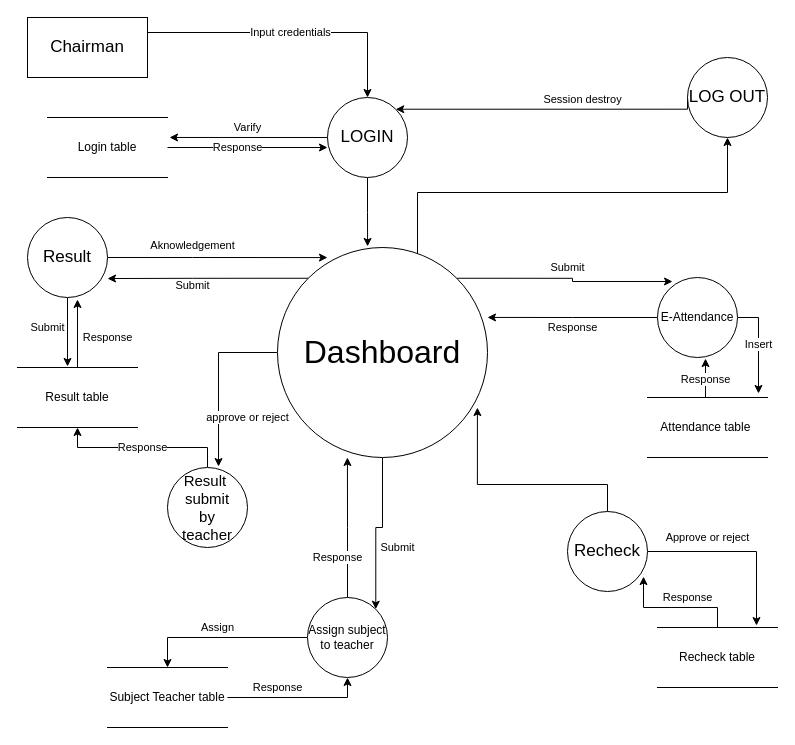
Above: Diagrams/DFD/HOD.drawio in MohsinAliSoomro/CES (draw.io), before the change. Source tidied: cells renumbered, new cells numbered last; positions are measured from the earlier drawing's top-left corner, leaving out a move shared by most shapes. Both pictures are drawn from the tidied source at 100%, with x=0, y=0 at pixel (17, 17).
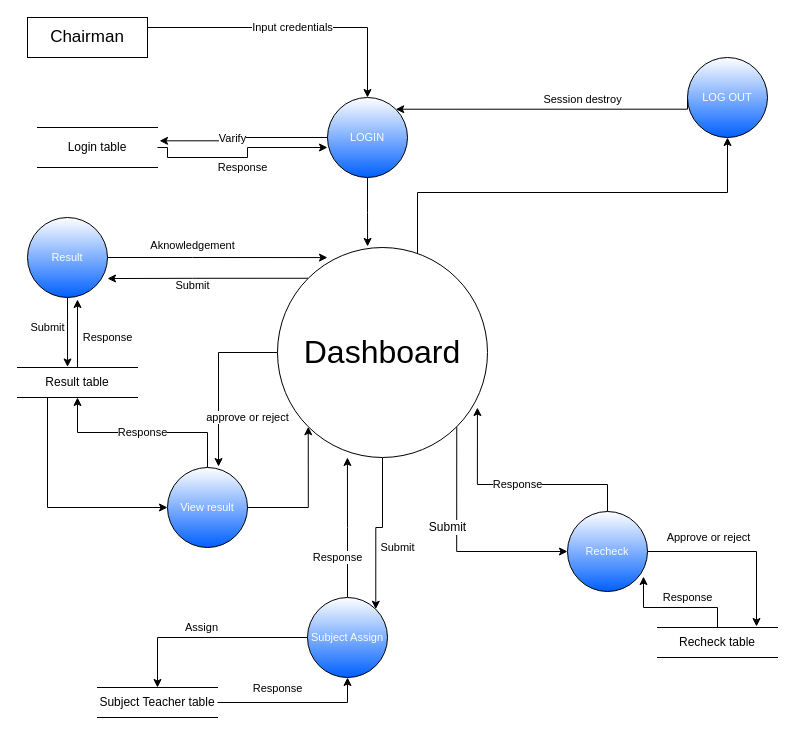
The same page after the edit.

Unchanged cells that the change refers to:
```xml
<mxCell id="12" value="&lt;font style=&quot;font-size: 32px&quot;&gt;Dashboard&lt;/font&gt;" style="ellipse;whiteSpace=wrap;html=1;" parent="1" vertex="1">
  <mxGeometry x="260" y="230" width="210" height="210" as="geometry" />
</mxCell>
```

Change to the diagram source:
```diff
@@
     <mxCell id="3" value="&lt;font style=&quot;font-size: 17px&quot;&gt;Chairman&lt;/font&gt;" style="rounded=0;whiteSpace=wrap;html=1;" parent="1" vertex="1">
-      <mxGeometry x="10" width="120" height="60" as="geometry" />
+      <mxGeometry x="10" width="120" height="40" as="geometry" />
     </mxCell>
@@
-    <mxCell id="6" value="&lt;font style=&quot;font-size: 17px&quot;&gt;LOGIN&lt;/font&gt;" style="ellipse;whiteSpace=wrap;html=1;" parent="1" vertex="1">
+    <mxCell id="6" value="&lt;font style=&quot;font-size: 11px;&quot;&gt;LOGIN&lt;/font&gt;" style="ellipse;whiteSpace=wrap;html=1;fontSize=11;gradientColor=#0060FF;fontColor=#FCFCFC;" parent="1" vertex="1">
       <mxGeometry x="310" y="80" width="80" height="80" as="geometry" />
     </mxCell>
@@
+    <mxCell id="11" value="Submit" style="edgeStyle=orthogonalEdgeStyle;rounded=0;jettySize=auto;html=1;exitX=0.5;exitY=1;exitDx=0;exitDy=0;entryX=1;entryY=0;entryDx=0;entryDy=0;" parent="1" edge="1" source="12" target="34">
+      <mxGeometry x="0.22" y="22" relative="1" as="geometry" />
+    </mxCell>
-    <mxCell id="10" value="Submit" style="edgeStyle=orthogonalEdgeStyle;rounded=0;jettySize=auto;html=1;exitX=1;exitY=0;exitDx=0;exitDy=0;entryX=0.188;entryY=0.05;entryDx=0;entryDy=0;entryPerimeter=0;" parent="1" edge="1" source="12" target="17">
-      <mxGeometry x="0.01" y="11" relative="1" as="geometry" />
+    <mxCell id="10" value="&lt;font color=&quot;#000000&quot; style=&quot;font-size: 12px&quot;&gt;Submit&lt;/font&gt;" style="edgeStyle=orthogonalEdgeStyle;rounded=0;jettySize=auto;html=1;exitX=1;exitY=1;exitDx=0;exitDy=0;entryX=0;entryY=0.5;entryDx=0;entryDy=0;fontSize=11;fontColor=#FCFCFC;" parent="1" edge="1" source="12" target="29">
+      <mxGeometry x="-0.14" y="-9" relative="1" as="geometry">
+        <Array as="points">
+          <mxPoint x="439" y="534" />
+        </Array>
+      </mxGeometry>
     </mxCell>
-    <mxCell id="11" value="Submit" style="edgeStyle=orthogonalEdgeStyle;rounded=0;jettySize=auto;html=1;exitX=0.5;exitY=1;exitDx=0;exitDy=0;entryX=1;entryY=0;entryDx=0;entryDy=0;" parent="1" edge="1" source="12" target="34">
-      <mxGeometry x="0.22" y="22" relative="1" as="geometry" />
-    </mxCell>
@@
-    <mxCell id="14" value="&lt;font style=&quot;font-size: 17px&quot;&gt;LOG OUT&lt;/font&gt;" style="ellipse;whiteSpace=wrap;html=1;" parent="1" vertex="1">
+    <mxCell id="14" value="&lt;font style=&quot;font-size: 11px;&quot;&gt;LOG OUT&lt;/font&gt;" style="ellipse;whiteSpace=wrap;html=1;fontSize=11;gradientColor=#0060FF;fontColor=#FCFCFC;" parent="1" vertex="1">
       <mxGeometry x="670" y="40" width="80" height="80" as="geometry" />
     </mxCell>
-    <mxCell id="15" value="Response" style="edgeStyle=orthogonalEdgeStyle;rounded=0;jettySize=auto;html=1;exitX=0;exitY=0.5;exitDx=0;exitDy=0;entryX=1;entryY=0.333;entryDx=0;entryDy=0;entryPerimeter=0;" parent="1" edge="1" source="17" target="12">
-      <mxGeometry y="10" relative="1" as="geometry" />
-    </mxCell>
-    <mxCell id="16" value="Insert" style="edgeStyle=orthogonalEdgeStyle;rounded=0;jettySize=auto;html=1;exitX=1;exitY=0.5;exitDx=0;exitDy=0;entryX=0.925;entryY=-0.067;entryDx=0;entryDy=0;entryPerimeter=0;" parent="1" edge="1" source="17" target="19">
-      <mxGeometry relative="1" as="geometry" />
-    </mxCell>
-    <mxCell id="17" value="&lt;font style=&quot;font-size: 12px&quot;&gt;E-Attendance&lt;/font&gt;" style="ellipse;whiteSpace=wrap;html=1;" parent="1" vertex="1">
-      <mxGeometry x="640" y="260" width="80" height="80" as="geometry" />
-    </mxCell>
-    <mxCell id="18" value="Response" style="edgeStyle=orthogonalEdgeStyle;rounded=0;jettySize=auto;html=1;exitX=0.5;exitY=0;exitDx=0;exitDy=0;entryX=0.6;entryY=1.013;entryDx=0;entryDy=0;entryPerimeter=0;" parent="1" edge="1" source="19" target="17">
-      <mxGeometry relative="1" as="geometry" />
-    </mxCell>
-    <mxCell id="19" value="Attendance table&amp;nbsp;" style="shape=partialRectangle;whiteSpace=wrap;html=1;left=0;right=0;fillColor=none;" parent="1" vertex="1">
-      <mxGeometry x="630" y="380" width="120" height="60" as="geometry" />
-    </mxCell>
@@
+    <mxCell id="39" style="edgeStyle=orthogonalEdgeStyle;rounded=0;jettySize=auto;html=1;exitX=0.25;exitY=1;exitDx=0;exitDy=0;entryX=0;entryY=0.5;entryDx=0;entryDy=0;fontSize=11;fontColor=#FCFCFC;" parent="1" edge="1" source="21" target="26">
+      <mxGeometry relative="1" as="geometry" />
+    </mxCell>
     <mxCell id="21" value="Result table" style="shape=partialRectangle;whiteSpace=wrap;html=1;left=0;right=0;fillColor=none;" parent="1" vertex="1">
-      <mxGeometry y="350" width="120" height="60" as="geometry" />
+      <mxGeometry y="350" width="120" height="30" as="geometry" />
     </mxCell>
@@
-    <mxCell id="24" value="&lt;font style=&quot;font-size: 17px&quot;&gt;Result&lt;/font&gt;" style="ellipse;whiteSpace=wrap;html=1;" parent="1" vertex="1">
+    <mxCell id="24" value="&lt;font style=&quot;font-size: 11px;&quot;&gt;Result&lt;/font&gt;" style="ellipse;whiteSpace=wrap;html=1;fontSize=11;gradientColor=#0060FF;fontColor=#FCFCFC;" parent="1" vertex="1">
       <mxGeometry x="10" y="200" width="80" height="80" as="geometry" />
     </mxCell>
@@
+    <mxCell id="40" style="edgeStyle=orthogonalEdgeStyle;rounded=0;jettySize=auto;html=1;entryX=0;entryY=1;entryDx=0;entryDy=0;fontSize=11;fontColor=#FCFCFC;" parent="1" edge="1" source="26" target="12">
+      <mxGeometry relative="1" as="geometry" />
+    </mxCell>
-    <mxCell id="26" value="&lt;font style=&quot;font-size: 15px&quot;&gt;Result&amp;nbsp;&lt;br&gt;submit&lt;br&gt;by&lt;br&gt;teacher&lt;/font&gt;" style="ellipse;whiteSpace=wrap;html=1;" parent="1" vertex="1">
+    <mxCell id="26" value="View result" style="ellipse;whiteSpace=wrap;html=1;fontSize=11;gradientColor=#0060FF;fontColor=#FCFCFC;" parent="1" vertex="1">
       <mxGeometry x="150" y="450" width="80" height="80" as="geometry" />
     </mxCell>
-    <mxCell id="27" style="edgeStyle=orthogonalEdgeStyle;rounded=0;jettySize=auto;html=1;exitX=0.5;exitY=0;exitDx=0;exitDy=0;entryX=0.952;entryY=0.762;entryDx=0;entryDy=0;entryPerimeter=0;" parent="1" edge="1" source="29" target="12">
+    <mxCell id="27" value="Response" style="edgeStyle=orthogonalEdgeStyle;rounded=0;jettySize=auto;html=1;exitX=0.5;exitY=0;exitDx=0;exitDy=0;entryX=0.952;entryY=0.762;entryDx=0;entryDy=0;entryPerimeter=0;" parent="1" edge="1" source="29" target="12">
       <mxGeometry relative="1" as="geometry" />
     </mxCell>
@@
-    <mxCell id="29" value="&lt;font style=&quot;font-size: 17px&quot;&gt;Recheck&lt;/font&gt;" style="ellipse;whiteSpace=wrap;html=1;" parent="1" vertex="1">
+    <mxCell id="29" value="&lt;font style=&quot;font-size: 11px;&quot;&gt;Recheck&lt;/font&gt;" style="ellipse;whiteSpace=wrap;html=1;fontSize=11;gradientColor=#0060FF;fontColor=#FCFCFC;" parent="1" vertex="1">
       <mxGeometry x="550" y="494" width="80" height="80" as="geometry" />
     </mxCell>
     <mxCell id="30" value="Response" style="edgeStyle=orthogonalEdgeStyle;rounded=0;jettySize=auto;html=1;exitX=1;exitY=0.5;exitDx=0;exitDy=0;" parent="1" edge="1" source="31">
       <mxGeometry y="-10" relative="1" as="geometry">
         <mxPoint x="310" y="130" as="targetPoint" />
+        <Array as="points">
+          <mxPoint x="150" y="140" />
+          <mxPoint x="230" y="140" />
+          <mxPoint x="230" y="130" />
+        </Array>
       </mxGeometry>
     </mxCell>
     <mxCell id="31" value="Login table" style="shape=partialRectangle;whiteSpace=wrap;html=1;left=0;right=0;fillColor=none;" parent="1" vertex="1">
-      <mxGeometry x="30" y="100" width="120" height="60" as="geometry" />
+      <mxGeometry x="20" y="110" width="120" height="40" as="geometry" />
     </mxCell>
@@
-    <mxCell id="34" value="Assign subject to teacher" style="ellipse;whiteSpace=wrap;html=1;" parent="1" vertex="1">
+    <mxCell id="34" value="Subject Assign" style="ellipse;whiteSpace=wrap;html=1;fontSize=11;gradientColor=#0060FF;fontColor=#FCFCFC;" parent="1" vertex="1">
       <mxGeometry x="290" y="580" width="80" height="80" as="geometry" />
     </mxCell>
@@
     <mxCell id="36" value="Recheck table" style="shape=partialRectangle;whiteSpace=wrap;html=1;left=0;right=0;fillColor=none;" parent="1" vertex="1">
-      <mxGeometry x="640" y="610" width="120" height="60" as="geometry" />
+      <mxGeometry x="640" y="610" width="120" height="30" as="geometry" />
     </mxCell>
@@
     <mxCell id="38" value="Subject Teacher table" style="shape=partialRectangle;whiteSpace=wrap;html=1;left=0;right=0;fillColor=none;" parent="1" vertex="1">
-      <mxGeometry x="90" y="650" width="120" height="60" as="geometry" />
+      <mxGeometry x="80" y="670" width="120" height="30" as="geometry" />
     </mxCell>
```
